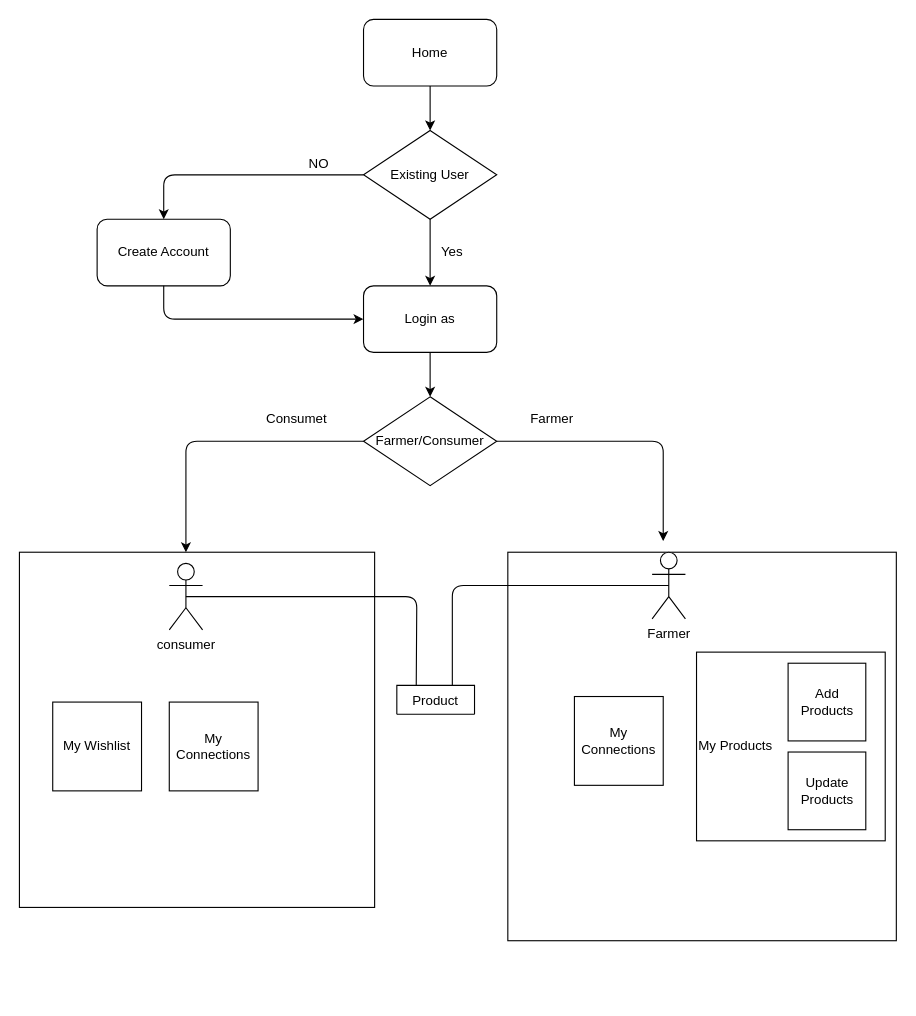
Earlier version of the draw.io diagram Documentation/workFlow Diagram.drawio (mohityede/The-Farmers-Portal). Source tidied: cells renumbered, new cells numbered last; positions are measured from the earlier drawing's top-left corner, leaving out a move shared by most shapes. Both pictures are drawn from the tidied source at 111%, with x=0, y=0 at pixel (19, 19).
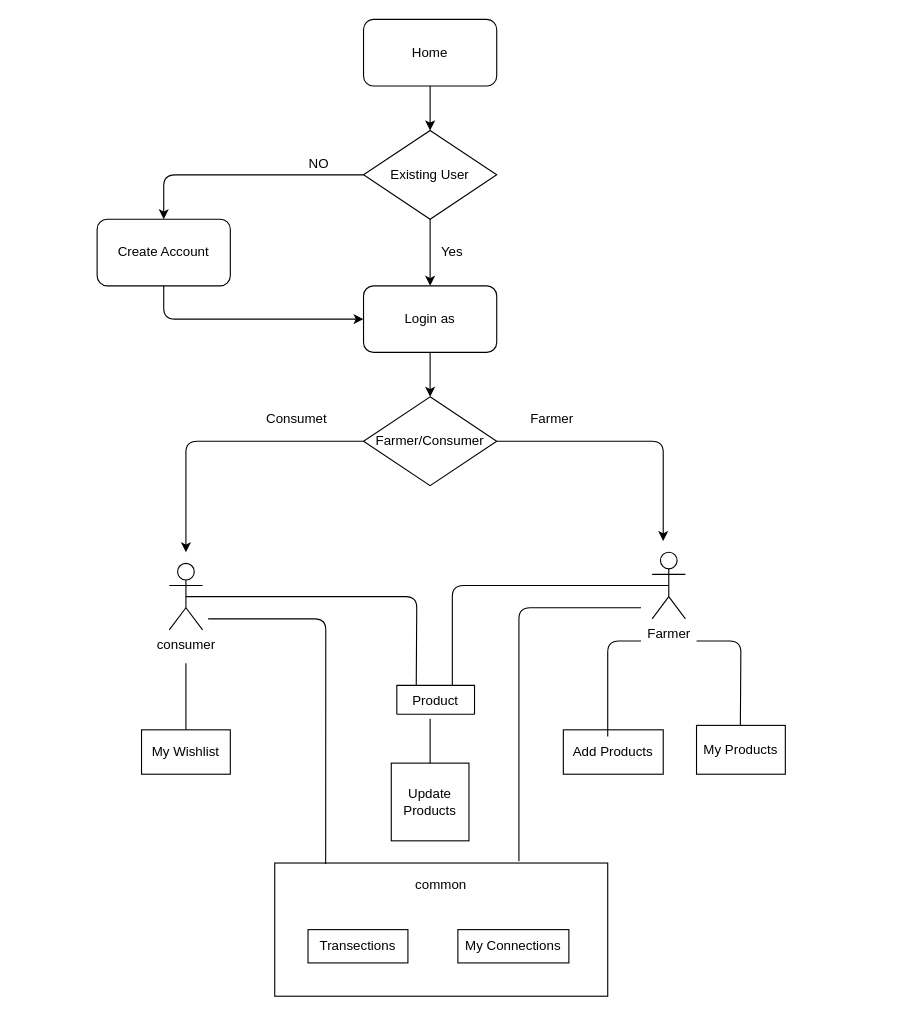
The same page after the edit.

The edit, as a diff of the source:
```diff
@@
-    <mxCell id="2" style="whiteSpace=wrap;html=1;" parent="1" vertex="1">
-      <mxGeometry y="480" width="320" height="320" as="geometry" />
-    </mxCell>
-    <mxCell id="3" style="whiteSpace=wrap;html=1;" parent="1" vertex="1">
-      <mxGeometry x="440" y="480" width="350" height="350" as="geometry" />
-    </mxCell>
+    <mxCell id="32" value="&lt;div&gt;common&lt;/div&gt;" style="rounded=0;whiteSpace=wrap;html=1;spacingBottom=80;" parent="1" vertex="1">
+      <mxGeometry x="230" y="760" width="300" height="120" as="geometry" />
+    </mxCell>
@@
-    <mxCell id="20" value="My Wishlist" style="whiteSpace=wrap;html=1;" parent="1" vertex="1">
-      <mxGeometry x="30" y="615" width="80" height="80" as="geometry" />
-    </mxCell>
@@
-    <mxCell id="24" value="&lt;div align=&quot;left&quot;&gt;My Products&lt;/div&gt;" style="whiteSpace=wrap;html=1;align=left;" parent="1" vertex="1">
-      <mxGeometry x="610" y="570" width="170" height="170" as="geometry" />
-    </mxCell>
-    <mxCell id="25" value="Add Products" style="whiteSpace=wrap;html=1;" parent="1" vertex="1">
-      <mxGeometry x="692.5" y="580" width="70" height="70" as="geometry" />
-    </mxCell>
@@
     <mxCell id="28" value="Update Products" style="whiteSpace=wrap;html=1;" parent="1" vertex="1">
-      <mxGeometry x="692.5" y="660" width="70" height="70" as="geometry" />
+      <mxGeometry x="335" y="670" width="70" height="70" as="geometry" />
     </mxCell>
-    <mxCell id="29" style="edgeStyle=orthogonalEdgeStyle;rounded=0;orthogonalLoop=1;jettySize=auto;html=1;exitX=0.5;exitY=1;exitDx=0;exitDy=0;" parent="1" edge="1" source="3" target="3">
-      <mxGeometry relative="1" as="geometry" />
+    <mxCell id="29" style="edgeStyle=orthogonalEdgeStyle;rounded=0;orthogonalLoop=1;jettySize=auto;html=1;exitX=0.5;exitY=1;exitDx=0;exitDy=0;" parent="1" edge="1">
+      <mxGeometry relative="1" as="geometry">
+        <mxPoint x="615" y="830" as="sourcePoint" />
+        <mxPoint x="615" y="830" as="targetPoint" />
+      </mxGeometry>
     </mxCell>
-    <mxCell id="30" value="My Connections" style="whiteSpace=wrap;html=1;" parent="1" vertex="1">
-      <mxGeometry x="500" y="610" width="80" height="80" as="geometry" />
-    </mxCell>
-    <mxCell id="31" value="My Connections" style="whiteSpace=wrap;html=1;" parent="1" vertex="1">
-      <mxGeometry x="135" y="615" width="80" height="80" as="geometry" />
-    </mxCell>
+    <mxCell id="33" style="endArrow=none;html=1;entryX=0.5;entryY=0;entryDx=0;entryDy=0;" parent="1" edge="1" target="28">
+      <mxGeometry relative="1" as="geometry">
+        <mxPoint x="370" y="630" as="sourcePoint" />
+      </mxGeometry>
+    </mxCell>
+    <mxCell id="34" style="edgeStyle=orthogonalEdgeStyle;rounded=0;orthogonalLoop=1;jettySize=auto;html=1;exitX=0.5;exitY=1;exitDx=0;exitDy=0;" parent="1" edge="1">
+      <mxGeometry relative="1" as="geometry">
+        <mxPoint x="27.5" y="695" as="sourcePoint" />
+        <mxPoint x="27.5" y="695" as="targetPoint" />
+      </mxGeometry>
+    </mxCell>
+    <mxCell id="20" value="My Wishlist" style="rounded=0;whiteSpace=wrap;html=1;" parent="1" vertex="1">
+      <mxGeometry x="110" y="640" width="80" height="40" as="geometry" />
+    </mxCell>
+    <mxCell id="24" value="My Products" style="rounded=0;whiteSpace=wrap;html=1;" parent="1" vertex="1">
+      <mxGeometry x="610" y="636" width="80" height="44" as="geometry" />
+    </mxCell>
+    <mxCell id="25" value="Add Products" style="rounded=0;whiteSpace=wrap;html=1;" parent="1" vertex="1">
+      <mxGeometry x="490" y="640" width="90" height="40" as="geometry" />
+    </mxCell>
+    <mxCell id="35" value="My Connections" style="rounded=0;whiteSpace=wrap;html=1;" parent="1" vertex="1">
+      <mxGeometry x="395" y="820" width="100" height="30" as="geometry" />
+    </mxCell>
+    <mxCell id="36" value="Transections" style="rounded=0;whiteSpace=wrap;html=1;" parent="1" vertex="1">
+      <mxGeometry x="260" y="820" width="90" height="30" as="geometry" />
+    </mxCell>
+    <mxCell id="37" style="endArrow=none;html=1;exitX=0.153;exitY=0.008;exitDx=0;exitDy=0;exitPerimeter=0;" parent="1" edge="1" source="32">
+      <mxGeometry relative="1" as="geometry">
+        <mxPoint x="170" y="540" as="targetPoint" />
+        <Array as="points">
+          <mxPoint x="276" y="540" />
+        </Array>
+      </mxGeometry>
+    </mxCell>
+    <mxCell id="38" style="endArrow=none;html=1;exitX=0.153;exitY=0.008;exitDx=0;exitDy=0;exitPerimeter=0;" parent="1" edge="1">
+      <mxGeometry relative="1" as="geometry">
+        <mxPoint x="450" y="758.5" as="sourcePoint" />
+        <mxPoint x="560" y="530" as="targetPoint" />
+        <Array as="points">
+          <mxPoint x="450" y="530" />
+        </Array>
+      </mxGeometry>
+    </mxCell>
+    <mxCell id="39" style="endArrow=none;html=1;" parent="1" edge="1">
+      <mxGeometry relative="1" as="geometry">
+        <mxPoint x="150" y="640" as="sourcePoint" />
+        <mxPoint x="150" y="580" as="targetPoint" />
+      </mxGeometry>
+    </mxCell>
+    <mxCell id="40" style="endArrow=none;html=1;" parent="1" edge="1">
+      <mxGeometry relative="1" as="geometry">
+        <mxPoint x="530" y="646" as="sourcePoint" />
+        <mxPoint x="560" y="560" as="targetPoint" />
+        <Array as="points">
+          <mxPoint x="530" y="560" />
+        </Array>
+      </mxGeometry>
+    </mxCell>
+    <mxCell id="41" style="endArrow=none;html=1;" parent="1" edge="1">
+      <mxGeometry relative="1" as="geometry">
+        <mxPoint x="649.5" y="636" as="sourcePoint" />
+        <mxPoint x="610" y="560" as="targetPoint" />
+        <Array as="points">
+          <mxPoint x="650" y="560" />
+        </Array>
+      </mxGeometry>
+    </mxCell>
```
